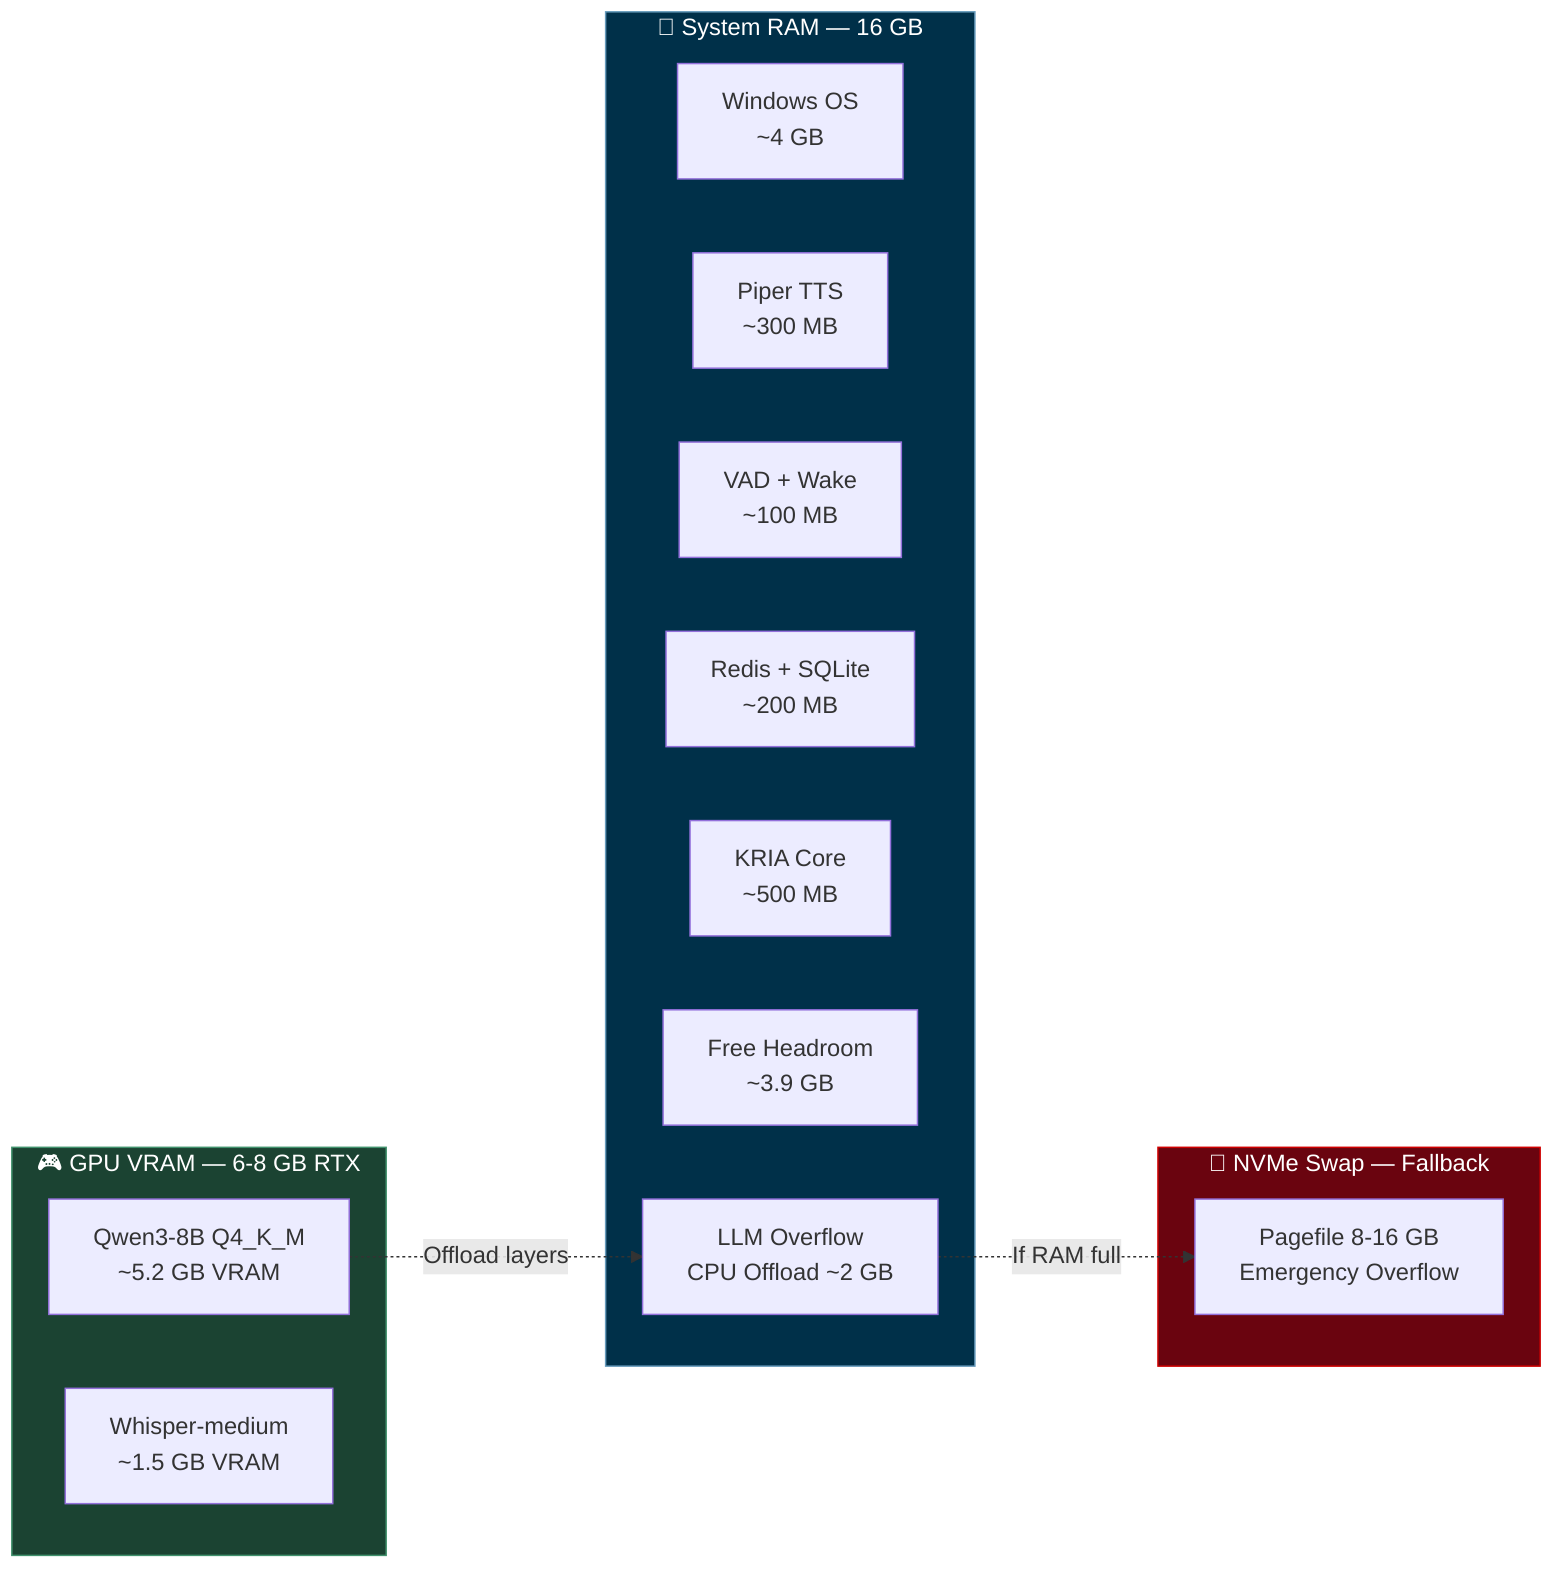
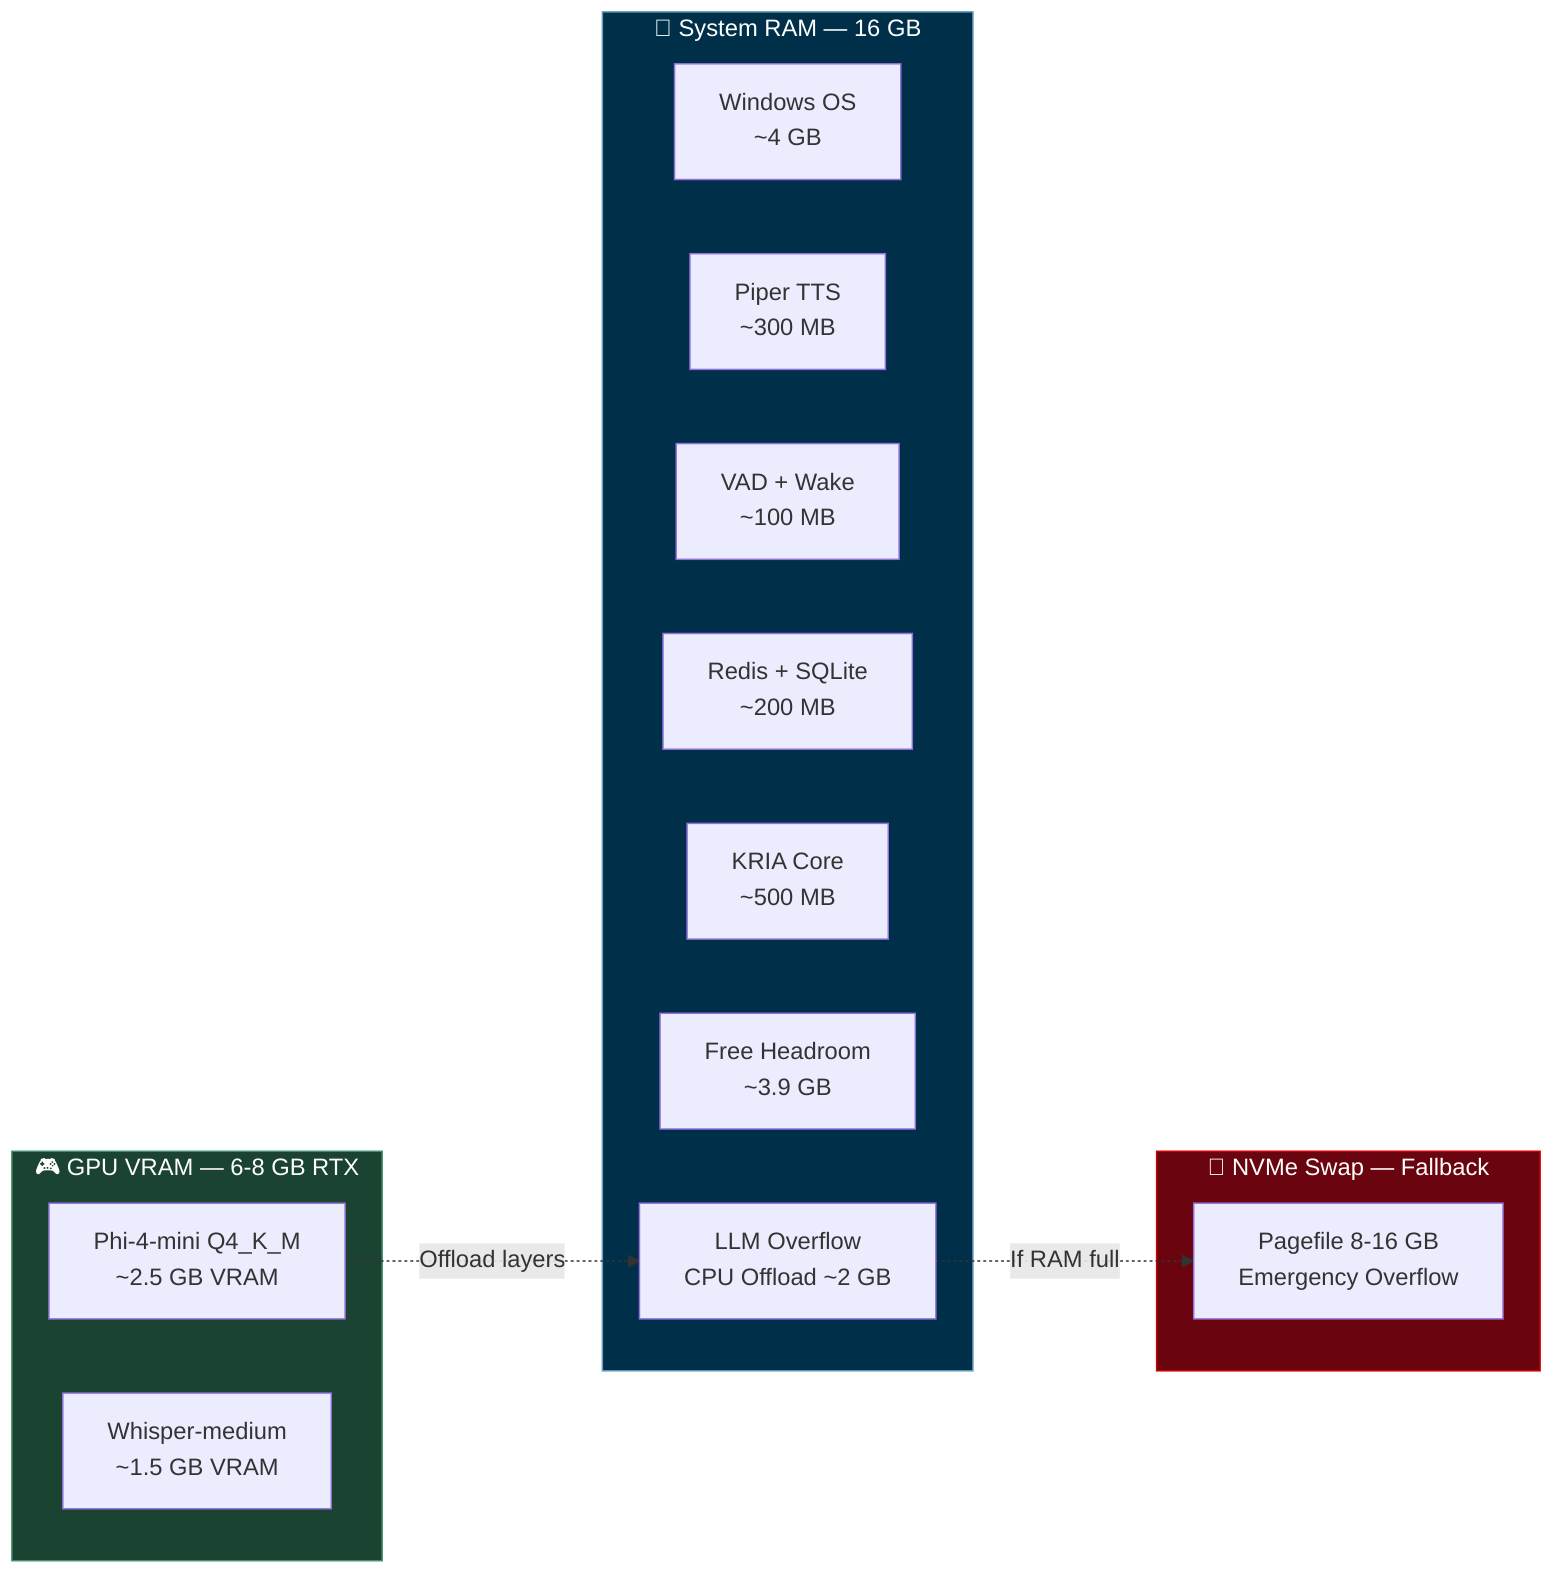
graph LR
    subgraph VRAM["🎮 GPU VRAM — 6-8 GB RTX"]
-         LLM_GPU["Qwen3-8B Q4_K_M<br/>~5.2 GB VRAM"]
+         LLM_GPU["Phi-4-mini Q4_K_M<br/>~2.5 GB VRAM"]
        WHISPER_GPU["Whisper-medium<br/>~1.5 GB VRAM"]
    end

    subgraph RAM["💾 System RAM — 16 GB"]
        OS_RAM["Windows OS<br/>~4 GB"]
        PIPER["Piper TTS<br/>~300 MB"]
        VAD_R["VAD + Wake<br/>~100 MB"]
        REDIS_R["Redis + SQLite<br/>~200 MB"]
        ORCHESTRATOR["KRIA Core<br/>~500 MB"]
        HEADROOM["Free Headroom<br/>~3.9 GB"]
        LLM_SPILL["LLM Overflow<br/>CPU Offload ~2 GB"]
    end

    subgraph SWAP["📀 NVMe Swap — Fallback"]
        SWAP_FILE["Pagefile 8-16 GB<br/>Emergency Overflow"]
    end

    LLM_GPU -.->|Offload layers| LLM_SPILL
    LLM_SPILL -.->|If RAM full| SWAP_FILE

    style VRAM fill:#1b4332,stroke:#40916c,color:#fff
    style RAM fill:#003049,stroke:#669bbc,color:#fff
    style SWAP fill:#6a040f,stroke:#d00000,color:#fff
